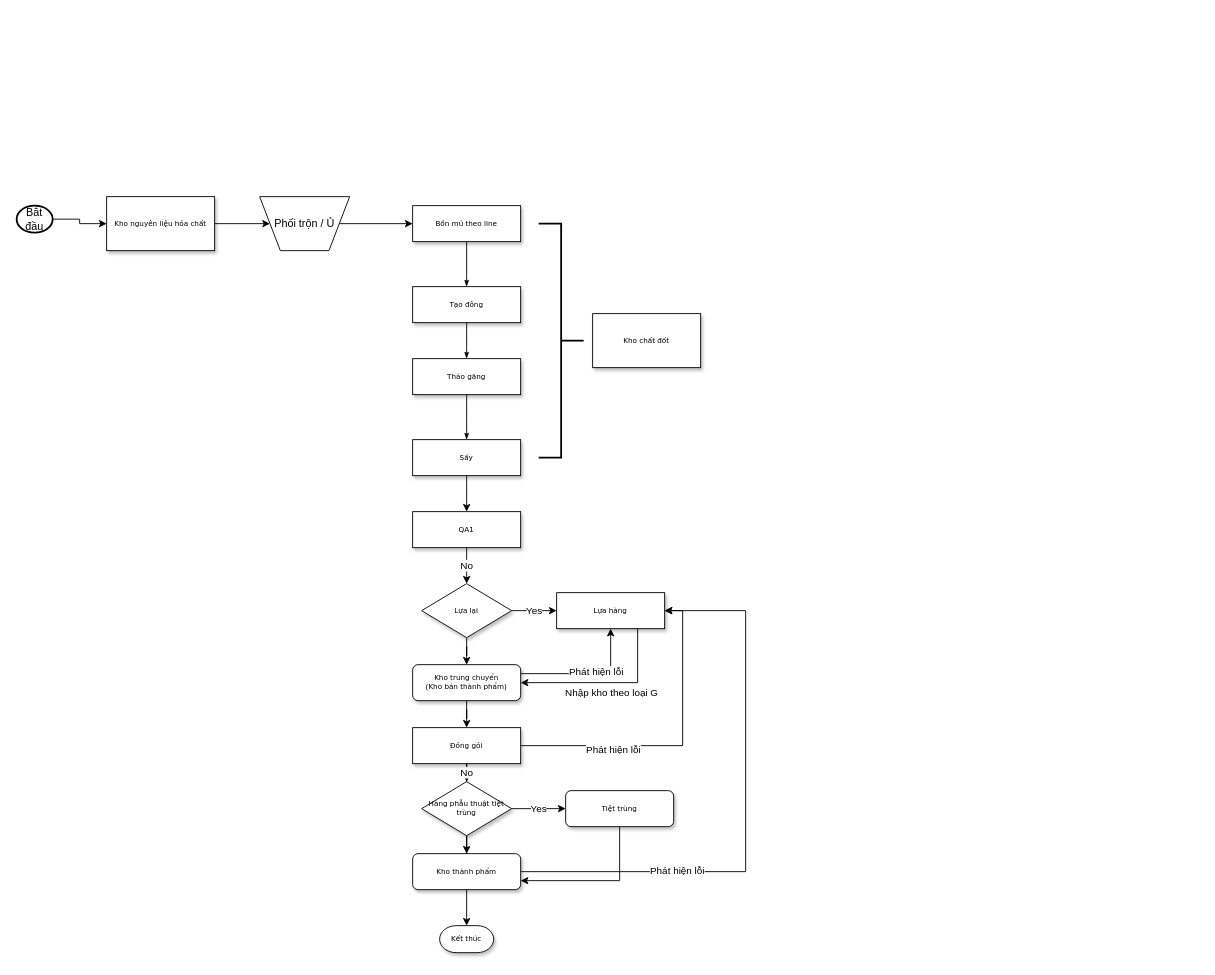
Above: ShopFloorControl.drawio in SungPN/Diagram-VRG (draw.io), before the change. Source tidied: cells renumbered, new cells numbered last; positions are measured from the earlier drawing's top-left corner, leaving out a move shared by most shapes. Both pictures are drawn from the tidied source at 90%, with x=0, y=0 at pixel (16, 196).
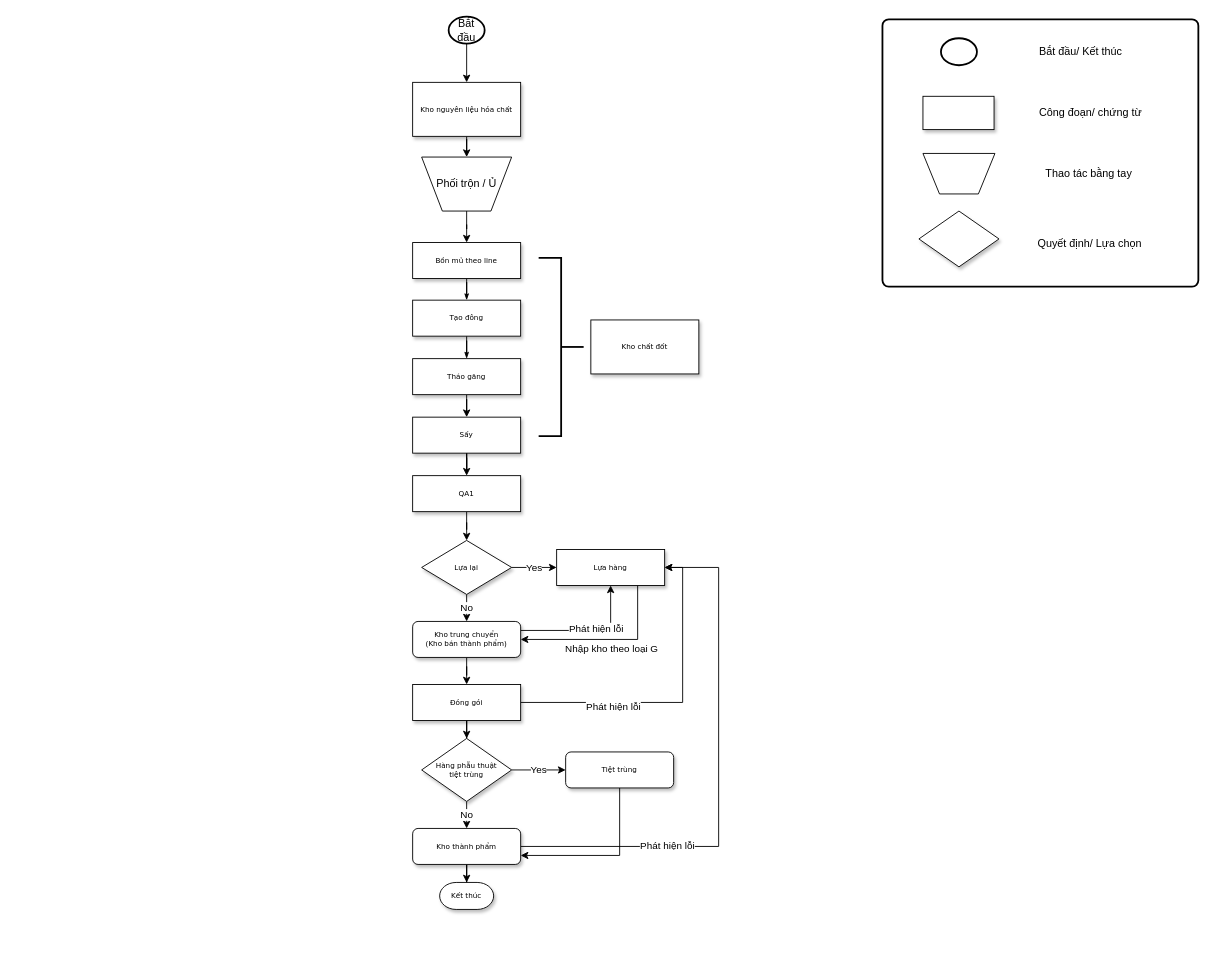
The same diagram, later.

The change refers to these unchanged cells:
```xml
<mxCell id="9" value="Tháo găng" style="whiteSpace=wrap;html=1;rounded=0;shadow=1;labelBackgroundColor=none;strokeWidth=1;fontFamily=Verdana;fontSize=8;align=center;" parent="1" vertex="1">
  <mxGeometry x="440" y="180" width="120" height="40" as="geometry" />
</mxCell>
```

Change to the diagram source:
```diff
@@
-    <mxCell id="2" style="edgeStyle=orthogonalEdgeStyle;rounded=0;jettySize=auto;html=1;entryX=0;entryY=0.5;entryDx=0;entryDy=0;" parent="1" edge="1" source="3" target="33">
+    <mxCell id="2" style="edgeStyle=orthogonalEdgeStyle;rounded=0;jettySize=auto;html=1;" parent="1" edge="1" source="3" target="33">
       <mxGeometry relative="1" as="geometry" />
     </mxCell>
     <mxCell id="3" value="Kho nguyên liệu hóa chất" style="rounded=0;whiteSpace=wrap;html=1;shadow=1;labelBackgroundColor=none;strokeWidth=1;fontFamily=Verdana;fontSize=8;align=center;" parent="1" vertex="1">
-      <mxGeometry x="100" width="120" height="60" as="geometry" />
+      <mxGeometry x="440" y="-127" width="120" height="60" as="geometry" />
     </mxCell>
@@
     <mxCell id="5" value="Bồn mủ theo line" style="whiteSpace=wrap;html=1;rounded=0;shadow=1;labelBackgroundColor=none;strokeWidth=1;fontFamily=Verdana;fontSize=8;align=center;" parent="1" vertex="1">
-      <mxGeometry x="440" y="10" width="120" height="40" as="geometry" />
+      <mxGeometry x="440" y="51" width="120" height="40" as="geometry" />
     </mxCell>
@@
     <mxCell id="7" value="Tạo đông" style="whiteSpace=wrap;html=1;rounded=0;shadow=1;labelBackgroundColor=none;strokeWidth=1;fontFamily=Verdana;fontSize=8;align=center;spacing=6;" parent="1" vertex="1">
-      <mxGeometry x="440" y="100" width="120" height="40" as="geometry" />
+      <mxGeometry x="440" y="115" width="120" height="40" as="geometry" />
     </mxCell>
-    <mxCell id="8" style="edgeStyle=orthogonalEdgeStyle;rounded=0;html=1;labelBackgroundColor=none;startSize=5;endArrow=classicThin;endFill=1;endSize=5;jettySize=auto;strokeWidth=1;fontFamily=Verdana;fontSize=8;" parent="1" edge="1" source="9">
+    <mxCell id="8" style="edgeStyle=orthogonalEdgeStyle;rounded=0;html=1;labelBackgroundColor=none;startSize=5;endArrow=classicThin;endFill=1;endSize=5;jettySize=auto;strokeWidth=1;fontFamily=Verdana;fontSize=8;startArrow=none;" parent="1" edge="1" source="11">
       <mxGeometry relative="1" as="geometry">
         <mxPoint x="500" y="270" as="targetPoint" />
       </mxGeometry>
     </mxCell>
+    <mxCell id="44" style="edgeStyle=orthogonalEdgeStyle;rounded=0;jettySize=auto;html=1;" parent="1" edge="1" source="9" target="11">
+      <mxGeometry relative="1" as="geometry" />
+    </mxCell>
@@
-    <mxCell id="11" value="Sấy" style="whiteSpace=wrap;html=1;rounded=0;shadow=1;labelBackgroundColor=none;strokeWidth=1;fontFamily=Verdana;fontSize=8;align=center;" parent="1" vertex="1">
-      <mxGeometry x="440" y="270" width="120" height="40" as="geometry" />
-    </mxCell>
-    <mxCell id="12" value="No" style="edgeStyle=orthogonalEdgeStyle;rounded=0;jettySize=auto;html=1;" parent="1" edge="1" source="15" target="29">
-      <mxGeometry relative="1" as="geometry" />
-    </mxCell>
@@
+    <mxCell id="12" style="edgeStyle=orthogonalEdgeStyle;rounded=0;jettySize=auto;html=1;" parent="1" edge="1" source="15" target="29">
+      <mxGeometry relative="1" as="geometry" />
+    </mxCell>
     <mxCell id="15" value="Đóng gói" style="whiteSpace=wrap;html=1;rounded=0;shadow=1;labelBackgroundColor=none;strokeWidth=1;fontFamily=Verdana;fontSize=8;align=center;" parent="1" vertex="1">
-      <mxGeometry x="440" y="590" width="120" height="40" as="geometry" />
+      <mxGeometry x="440" y="542" width="120" height="40" as="geometry" />
     </mxCell>
@@
     <mxCell id="17" style="edgeStyle=orthogonalEdgeStyle;rounded=0;jettySize=auto;html=1;" parent="1" edge="1" source="19" target="40">
       <mxGeometry relative="1" as="geometry">
         <Array as="points">
-          <mxPoint x="660" y="530" />
+          <mxPoint x="660" y="482" />
         </Array>
       </mxGeometry>
     </mxCell>
@@
     <mxCell id="19" value="Kho trung chuyển&lt;br&gt;(Kho bán thành phẩm)" style="rounded=1;whiteSpace=wrap;html=1;shadow=1;labelBackgroundColor=none;strokeWidth=1;fontFamily=Verdana;fontSize=8;align=center;" parent="1" vertex="1">
-      <mxGeometry x="440" y="520" width="120" height="40" as="geometry" />
+      <mxGeometry x="440" y="472" width="120" height="40" as="geometry" />
     </mxCell>
     <mxCell id="20" value="Yes" style="edgeStyle=orthogonalEdgeStyle;rounded=0;jettySize=auto;html=1;" parent="1" edge="1" source="22" target="40">
       <mxGeometry relative="1" as="geometry">
         <Array as="points">
-          <mxPoint x="580" y="460" />
-          <mxPoint x="580" y="460" />
+          <mxPoint x="580" y="412" />
+          <mxPoint x="580" y="412" />
         </Array>
       </mxGeometry>
     </mxCell>
-    <mxCell id="21" style="edgeStyle=orthogonalEdgeStyle;rounded=0;jettySize=auto;html=1;entryX=0.5;entryY=0;entryDx=0;entryDy=0;" parent="1" edge="1" source="22" target="19">
+    <mxCell id="21" value="No" style="edgeStyle=orthogonalEdgeStyle;rounded=0;jettySize=auto;html=1;entryX=0.5;entryY=0;entryDx=0;entryDy=0;" parent="1" edge="1" source="22" target="19">
       <mxGeometry relative="1" as="geometry" />
     </mxCell>
     <mxCell id="22" value="Lựa lại" style="rhombus;whiteSpace=wrap;html=1;rounded=0;shadow=1;labelBackgroundColor=none;strokeWidth=1;fontFamily=Verdana;fontSize=8;align=center;" parent="1" vertex="1">
-      <mxGeometry x="450" y="430" width="100" height="60" as="geometry" />
+      <mxGeometry x="450" y="382" width="100" height="60" as="geometry" />
     </mxCell>
@@
     <mxCell id="24" style="edgeStyle=orthogonalEdgeStyle;rounded=0;jettySize=auto;html=1;" parent="1" edge="1" source="26" target="40">
       <mxGeometry relative="1" as="geometry">
         <Array as="points">
-          <mxPoint x="810" y="750" />
-          <mxPoint x="810" y="460" />
+          <mxPoint x="780" y="722" />
+          <mxPoint x="780" y="412" />
         </Array>
       </mxGeometry>
     </mxCell>
@@
     <mxCell id="26" value="Kho thành phẩm" style="rounded=1;whiteSpace=wrap;html=1;shadow=1;labelBackgroundColor=none;strokeWidth=1;fontFamily=Verdana;fontSize=8;align=center;" parent="1" vertex="1">
-      <mxGeometry x="440" y="730" width="120" height="40" as="geometry" />
+      <mxGeometry x="440" y="702" width="120" height="40" as="geometry" />
     </mxCell>
@@
-    <mxCell id="28" style="edgeStyle=orthogonalEdgeStyle;rounded=0;jettySize=auto;html=1;" parent="1" edge="1" source="29" target="26">
+    <mxCell id="28" value="No" style="edgeStyle=orthogonalEdgeStyle;rounded=0;jettySize=auto;html=1;" parent="1" edge="1" source="29" target="26">
       <mxGeometry relative="1" as="geometry" />
     </mxCell>
-    <mxCell id="29" value="Hàng phẫu thuật tiệt trùng" style="rhombus;whiteSpace=wrap;html=1;rounded=0;shadow=1;labelBackgroundColor=none;strokeWidth=1;fontFamily=Verdana;fontSize=8;align=center;" parent="1" vertex="1">
-      <mxGeometry x="450" y="650" width="100" height="60" as="geometry" />
+    <mxCell id="29" value="Hàng phẫu thuật &lt;br&gt;tiệt trùng" style="rhombus;whiteSpace=wrap;html=1;rounded=0;shadow=1;labelBackgroundColor=none;strokeWidth=1;fontFamily=Verdana;fontSize=8;align=center;" parent="1" vertex="1">
+      <mxGeometry x="450" y="602" width="100" height="70" as="geometry" />
     </mxCell>
     <mxCell id="30" value="Kết thúc" style="strokeWidth=1;html=1;shape=mxgraph.flowchart.terminator;whiteSpace=wrap;rounded=0;shadow=1;labelBackgroundColor=none;fontFamily=Verdana;fontSize=8;align=center;" parent="1" vertex="1">
-      <mxGeometry x="470" y="810" width="60" height="30" as="geometry" />
+      <mxGeometry x="470" y="762" width="60" height="30" as="geometry" />
     </mxCell>
     <mxCell id="31" value="Kho chất đốt" style="rounded=0;whiteSpace=wrap;html=1;shadow=1;labelBackgroundColor=none;strokeWidth=1;fontFamily=Verdana;fontSize=8;align=center;" parent="1" vertex="1">
-      <mxGeometry x="640" y="130" width="120" height="60" as="geometry" />
+      <mxGeometry x="638" y="137" width="120" height="60" as="geometry" />
     </mxCell>
@@
     <mxCell id="33" value="Phối trộn / Ủ" style="verticalLabelPosition=middle;verticalAlign=middle;html=1;shape=trapezoid;perimeter=trapezoidPerimeter;whiteSpace=wrap;size=0.23;arcSize=10;flipV=1;labelPosition=center;align=center;" parent="1" vertex="1">
-      <mxGeometry x="270" width="100" height="60" as="geometry" />
+      <mxGeometry x="450" y="-44" width="100" height="60" as="geometry" />
     </mxCell>
-    <mxCell id="34" value="No" style="edgeStyle=orthogonalEdgeStyle;rounded=0;jettySize=auto;html=1;" parent="1" edge="1" source="35" target="22">
+    <mxCell id="34" style="edgeStyle=orthogonalEdgeStyle;rounded=0;jettySize=auto;html=1;entryX=0.5;entryY=0;entryDx=0;entryDy=0;" parent="1" edge="1" source="35" target="22">
       <mxGeometry relative="1" as="geometry" />
     </mxCell>
     <mxCell id="35" value="QA1" style="whiteSpace=wrap;html=1;rounded=0;shadow=1;labelBackgroundColor=none;strokeWidth=1;fontFamily=Verdana;fontSize=8;align=center;" parent="1" vertex="1">
-      <mxGeometry x="440" y="350" width="120" height="40" as="geometry" />
+      <mxGeometry x="440" y="310" width="120" height="40" as="geometry" />
     </mxCell>
     <mxCell id="36" style="edgeStyle=orthogonalEdgeStyle;rounded=0;jettySize=auto;html=1;entryX=1;entryY=0.75;entryDx=0;entryDy=0;" parent="1" edge="1" source="37" target="26">
       <mxGeometry relative="1" as="geometry">
         <Array as="points">
-          <mxPoint x="670" y="760" />
+          <mxPoint x="670" y="732" />
         </Array>
       </mxGeometry>
     </mxCell>
     <mxCell id="37" value="Tiệt trùng" style="rounded=1;whiteSpace=wrap;html=1;shadow=1;labelBackgroundColor=none;strokeWidth=1;fontFamily=Verdana;fontSize=8;align=center;" parent="1" vertex="1">
-      <mxGeometry x="610" y="660" width="120" height="40" as="geometry" />
+      <mxGeometry x="610" y="617" width="120" height="40" as="geometry" />
     </mxCell>
     <mxCell id="38" style="edgeStyle=orthogonalEdgeStyle;rounded=0;jettySize=auto;html=1;entryX=1;entryY=0.5;entryDx=0;entryDy=0;" parent="1" edge="1" source="40" target="19">
       <mxGeometry relative="1" as="geometry">
         <Array as="points">
-          <mxPoint x="690" y="540" />
+          <mxPoint x="690" y="492" />
         </Array>
       </mxGeometry>
     </mxCell>
@@
     <mxCell id="40" value="Lựa hàng" style="whiteSpace=wrap;html=1;rounded=0;shadow=1;labelBackgroundColor=none;strokeWidth=1;fontFamily=Verdana;fontSize=8;align=center;" parent="1" vertex="1">
-      <mxGeometry x="600" y="440" width="120" height="40" as="geometry" />
+      <mxGeometry x="600" y="392" width="120" height="40" as="geometry" />
     </mxCell>
@@
     <mxCell id="42" value="Bắt đầu" style="strokeWidth=2;html=1;shape=mxgraph.flowchart.start_2;whiteSpace=wrap;" parent="1" vertex="1">
-      <mxGeometry y="10" width="40" height="30" as="geometry" />
+      <mxGeometry x="480" y="-200" width="40" height="30" as="geometry" />
     </mxCell>
     <mxCell id="43" style="strokeWidth=2;html=1;shape=mxgraph.flowchart.annotation_2;align=left;labelPosition=right;direction=west;" parent="1" vertex="1">
-      <mxGeometry x="580" y="30" width="50" height="260" as="geometry" />
+      <mxGeometry x="580" y="68" width="50" height="198" as="geometry" />
     </mxCell>
+    <mxCell id="11" value="Sấy" style="whiteSpace=wrap;html=1;rounded=0;shadow=1;labelBackgroundColor=none;strokeWidth=1;fontFamily=Verdana;fontSize=8;align=center;" parent="1" vertex="1">
+      <mxGeometry x="440" y="245" width="120" height="40" as="geometry" />
+    </mxCell>
+    <mxCell id="45" style="rounded=0;whiteSpace=wrap;html=1;shadow=1;labelBackgroundColor=none;strokeWidth=1;fontFamily=Verdana;fontSize=8;align=center;" parent="1" vertex="1">
+      <mxGeometry x="1007" y="-111.5" width="79" height="37" as="geometry" />
+    </mxCell>
+    <mxCell id="46" value="Công đoạn/ chứng từ" style="text;html=1;align=center;verticalAlign=middle;strokeColor=none;fillColor=none;" parent="1" vertex="1">
+      <mxGeometry x="1127" y="-106" width="132" height="26" as="geometry" />
+    </mxCell>
+    <mxCell id="47" style="verticalLabelPosition=middle;verticalAlign=middle;html=1;shape=trapezoid;perimeter=trapezoidPerimeter;whiteSpace=wrap;size=0.23;arcSize=10;flipV=1;labelPosition=center;align=center;" parent="1" vertex="1">
+      <mxGeometry x="1007" y="-48" width="80" height="45" as="geometry" />
+    </mxCell>
+    <mxCell id="48" value="Thao tác bằng tay" style="text;html=1;align=center;verticalAlign=middle;strokeColor=none;fillColor=none;" parent="1" vertex="1">
+      <mxGeometry x="1134" y="-38.5" width="114" height="26" as="geometry" />
+    </mxCell>
+    <mxCell id="49" style="strokeWidth=2;html=1;shape=mxgraph.flowchart.start_2;whiteSpace=wrap;" parent="1" vertex="1">
+      <mxGeometry x="1027" y="-176" width="40" height="30" as="geometry" />
+    </mxCell>
+    <mxCell id="50" value="Bắt đầu/ Kết thúc" style="text;html=1;align=center;verticalAlign=middle;strokeColor=none;fillColor=none;" parent="1" vertex="1">
+      <mxGeometry x="1127" y="-174" width="110" height="26" as="geometry" />
+    </mxCell>
+    <mxCell id="51" style="rhombus;whiteSpace=wrap;html=1;rounded=0;shadow=1;labelBackgroundColor=none;strokeWidth=1;fontFamily=Verdana;fontSize=8;align=center;" parent="1" vertex="1">
+      <mxGeometry x="1002.5" y="16" width="89" height="62" as="geometry" />
+    </mxCell>
+    <mxCell id="52" value="Quyết định/ Lựa chọn" style="text;html=1;align=center;verticalAlign=middle;strokeColor=none;fillColor=none;" parent="1" vertex="1">
+      <mxGeometry x="1125" y="39" width="133" height="26" as="geometry" />
+    </mxCell>
+    <mxCell id="53" style="rounded=1;whiteSpace=wrap;html=1;absoluteArcSize=1;arcSize=14;strokeWidth=2;fillColor=none;" parent="1" vertex="1">
+      <mxGeometry x="962" y="-197" width="351" height="297" as="geometry" />
+    </mxCell>
```
